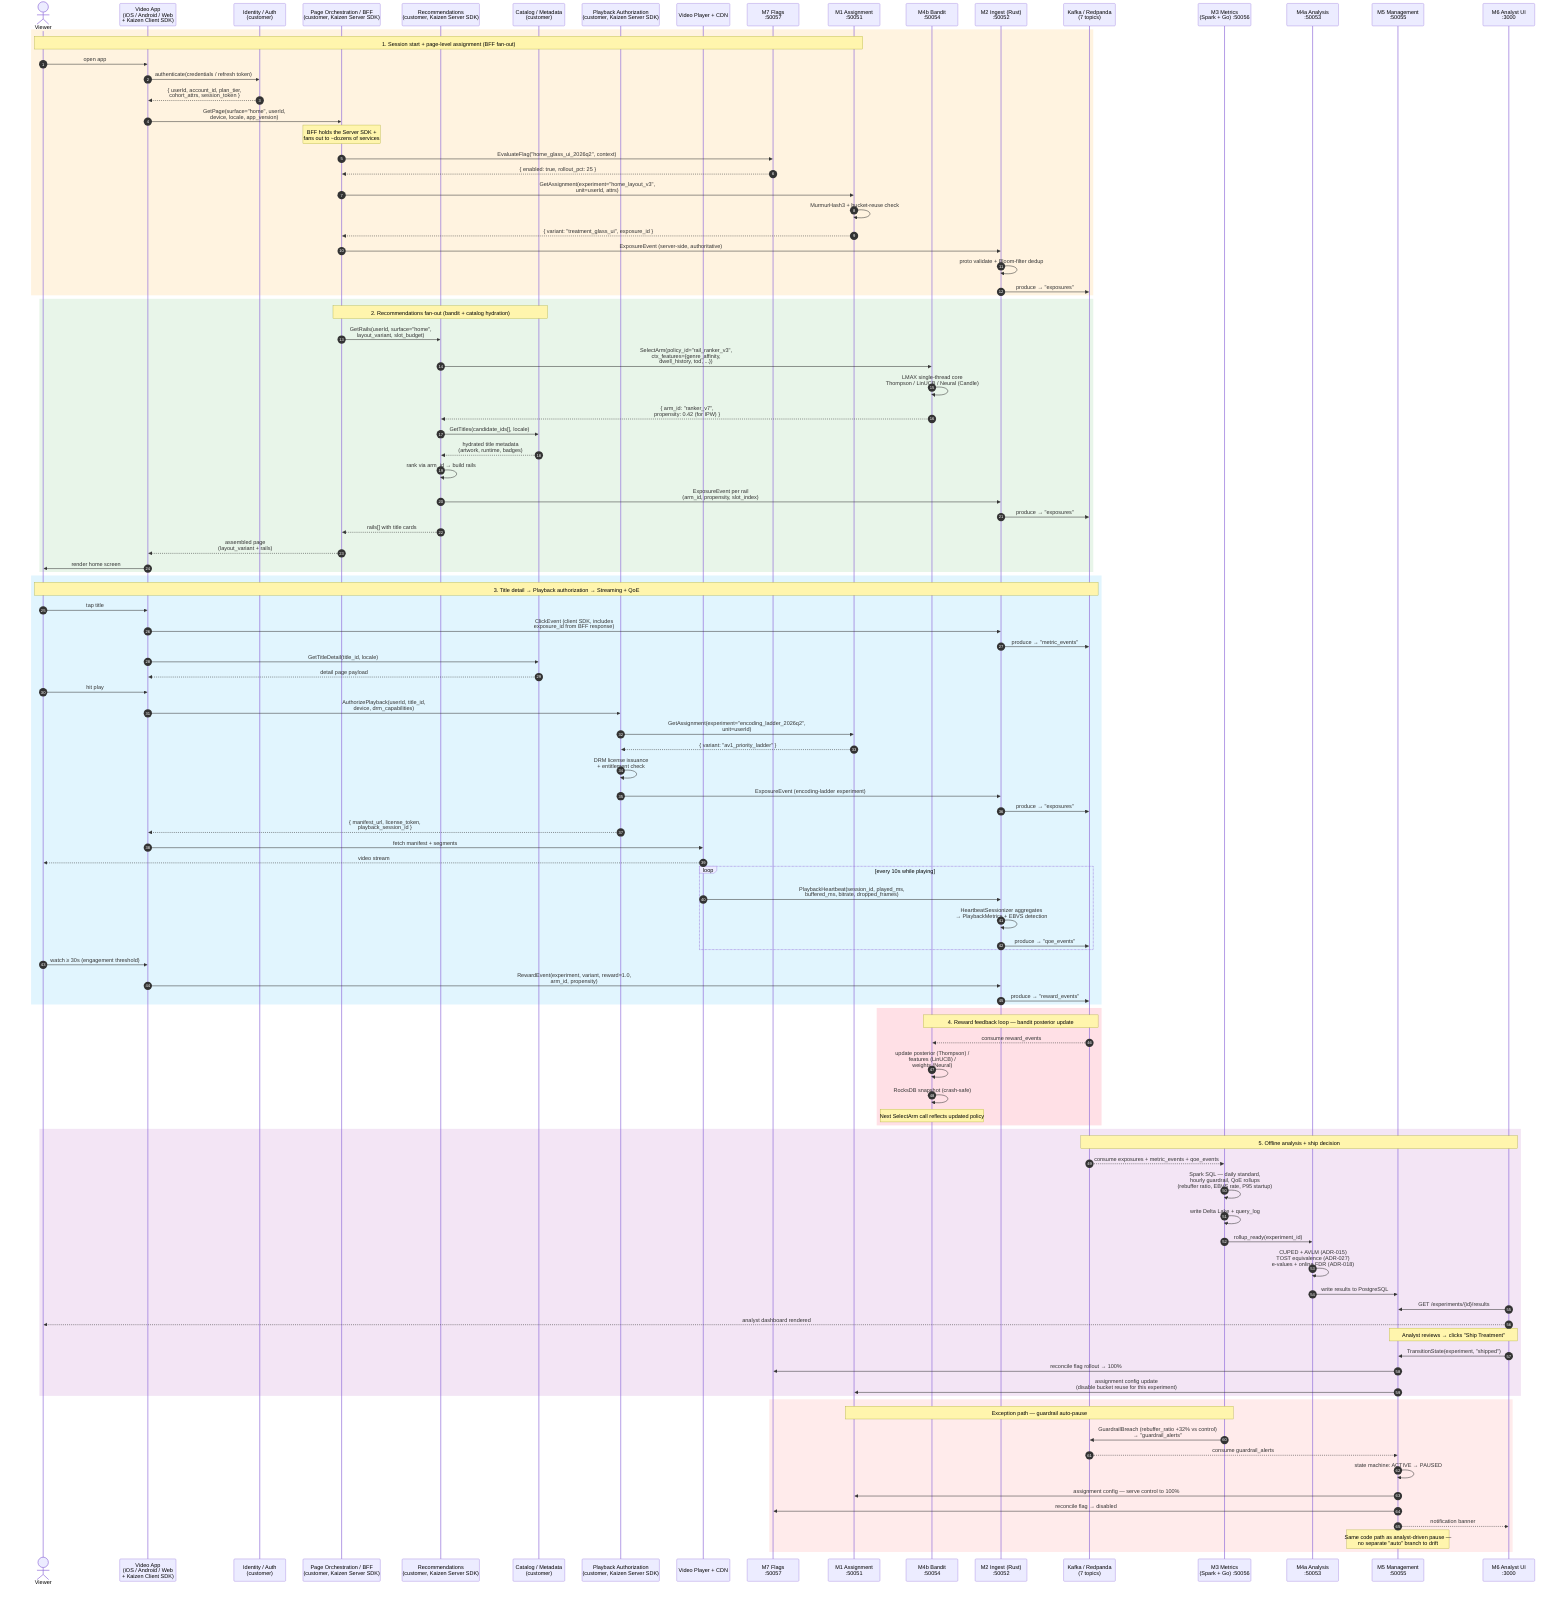
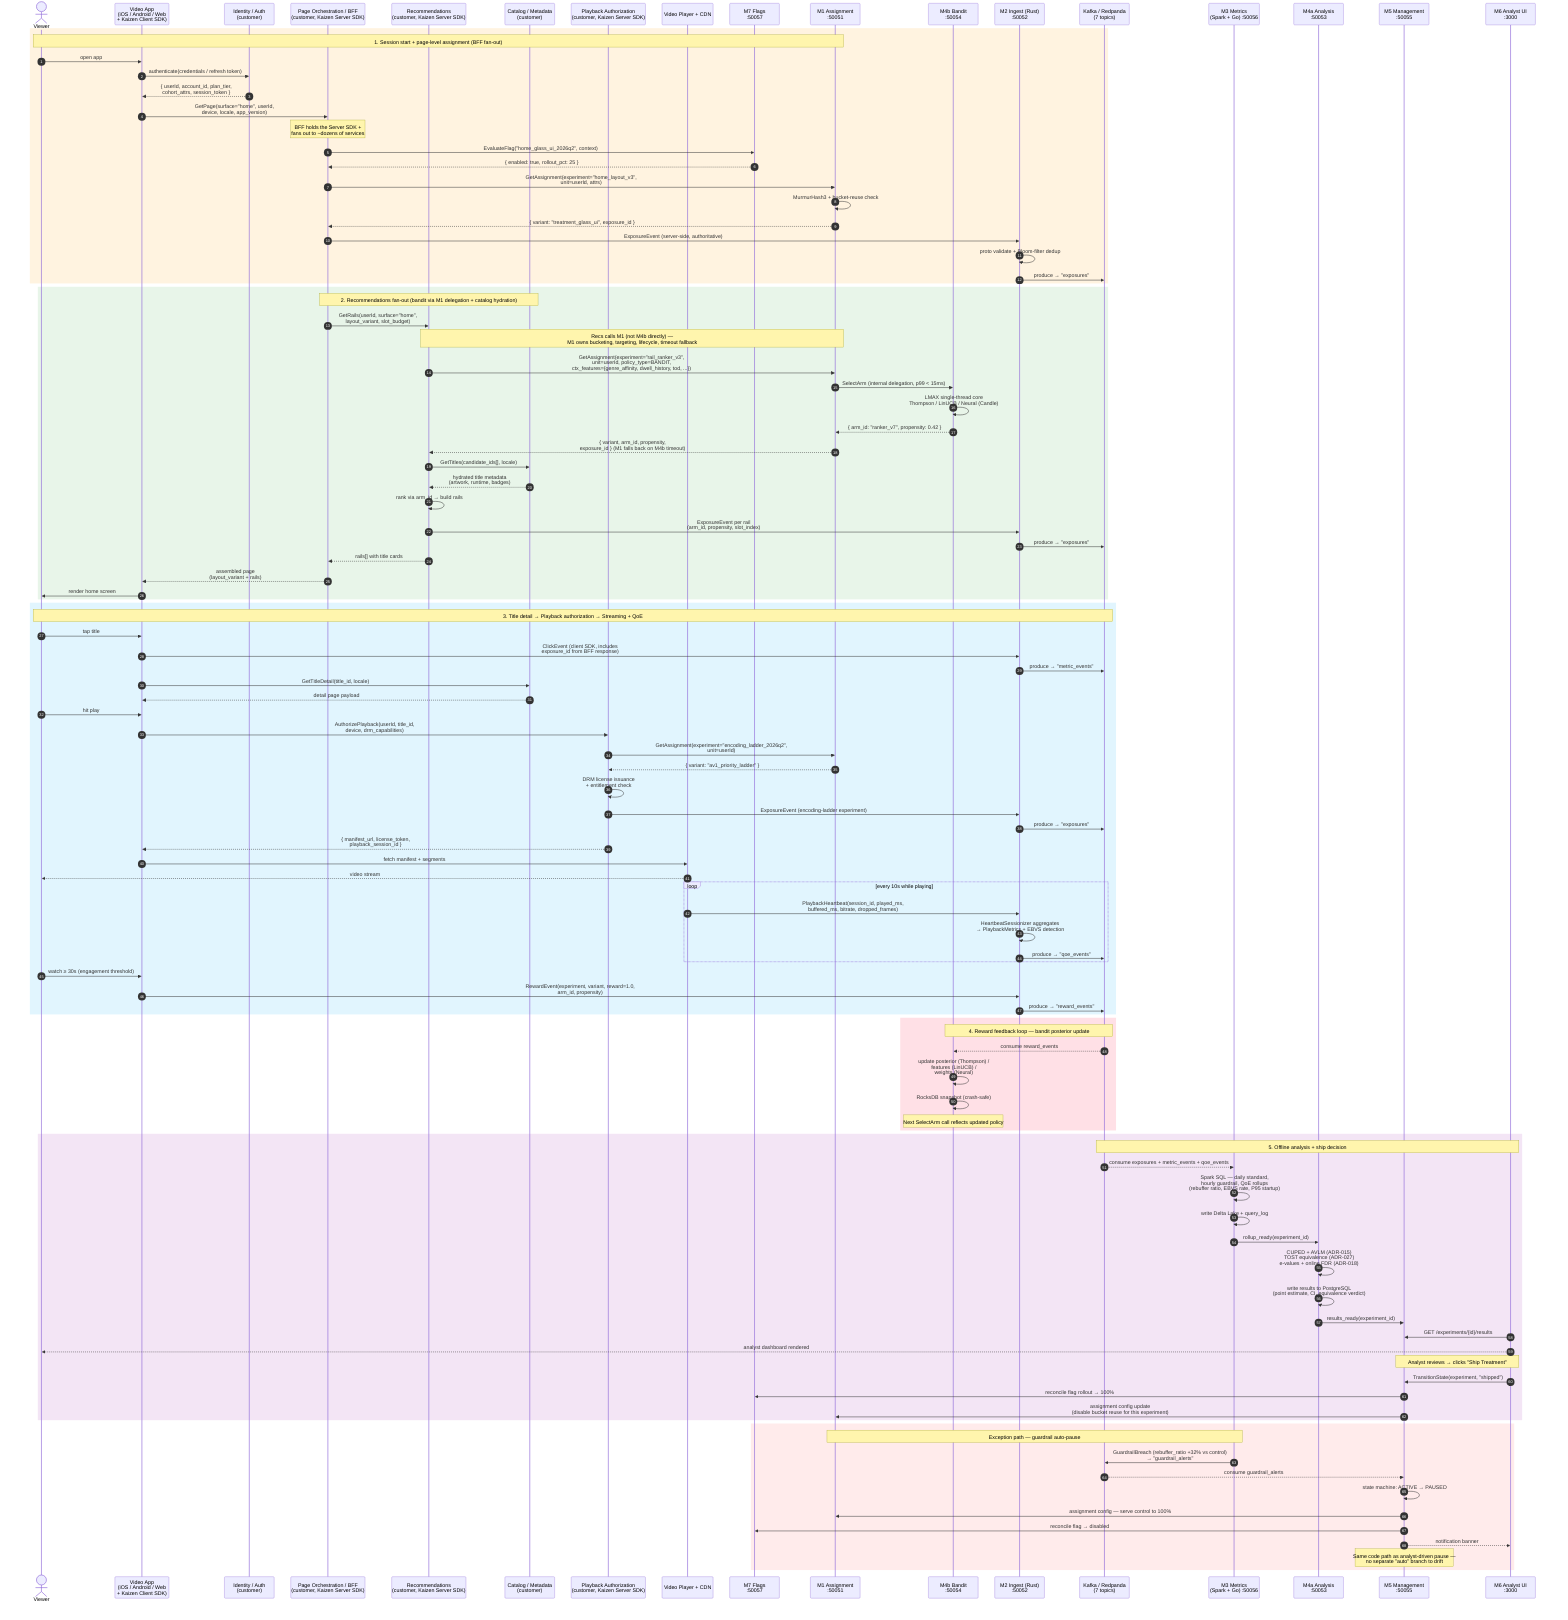
sequenceDiagram
    autonumber
    actor U as Viewer
    participant App as Video App<br/>(iOS / Android / Web<br/>+ Kaizen Client SDK)
    participant Auth as Identity / Auth<br/>(customer)
    participant BFF as Page Orchestration / BFF<br/>(customer, Kaizen Server SDK)
    participant Recs as Recommendations<br/>(customer, Kaizen Server SDK)
    participant Cat as Catalog / Metadata<br/>(customer)
    participant PB as Playback Authorization<br/>(customer, Kaizen Server SDK)
    participant CDN as Video Player + CDN
    participant M7 as M7 Flags<br/>:50057
    participant M1 as M1 Assignment<br/>:50051
    participant M4b as M4b Bandit<br/>:50054
    participant M2 as M2 Ingest (Rust)<br/>:50052
    participant K as Kafka / Redpanda<br/>(7 topics)
    participant M3 as M3 Metrics<br/>(Spark + Go) :50056
    participant M4a as M4a Analysis<br/>:50053
    participant M5 as M5 Management<br/>:50055
    participant M6 as M6 Analyst UI<br/>:3000

    rect rgb(255, 243, 224)
    Note over U,M1: 1. Session start + page-level assignment (BFF fan-out)
    U->>App: open app
    App->>Auth: authenticate(credentials / refresh token)
    Auth-->>App: { userId, account_id, plan_tier,<br/>cohort_attrs, session_token }

    App->>BFF: GetPage(surface="home", userId,<br/>device, locale, app_version)
    Note over BFF: BFF holds the Server SDK +<br/>fans out to ~dozens of services
    BFF->>M7: EvaluateFlag("home_glass_ui_2026q2", context)
    M7-->>BFF: { enabled: true, rollout_pct: 25 }
    BFF->>M1: GetAssignment(experiment="home_layout_v3",<br/>unit=userId, attrs)
    M1->>M1: MurmurHash3 + bucket-reuse check
    M1-->>BFF: { variant: "treatment_glass_ui", exposure_id }
    BFF->>M2: ExposureEvent (server-side, authoritative)
    M2->>M2: proto validate + Bloom-filter dedup
    M2->>K: produce → "exposures"
    end

    rect rgb(232, 245, 233)
-     Note over BFF,Cat: 2. Recommendations fan-out (bandit + catalog hydration)
+     Note over BFF,Cat: 2. Recommendations fan-out (bandit via M1 delegation + catalog hydration)
    BFF->>Recs: GetRails(userId, surface="home",<br/>layout_variant, slot_budget)
-     Recs->>M4b: SelectArm(policy_id="rail_ranker_v3",<br/>ctx_features={genre_affinity,<br/>dwell_history, tod, ...})
+     Note over Recs,M1: Recs calls M1 (not M4b directly) —<br/>M1 owns bucketing, targeting, lifecycle, timeout fallback
+     Recs->>M1: GetAssignment(experiment="rail_ranker_v3",<br/>unit=userId, policy_type=BANDIT,<br/>ctx_features={genre_affinity, dwell_history, tod, ...})
+     M1->>M4b: SelectArm (internal delegation, p99 < 15ms)
    M4b->>M4b: LMAX single-thread core<br/>Thompson / LinUCB / Neural (Candle)
-     M4b-->>Recs: { arm_id: "ranker_v7",<br/>propensity: 0.42 (for IPW) }
+     M4b-->>M1: { arm_id: "ranker_v7", propensity: 0.42 }
+     M1-->>Recs: { variant, arm_id, propensity,<br/>exposure_id } (M1 falls back on M4b timeout)
    Recs->>Cat: GetTitles(candidate_ids[], locale)
    Cat-->>Recs: hydrated title metadata<br/>(artwork, runtime, badges)
    Recs->>Recs: rank via arm_id → build rails
    Recs->>M2: ExposureEvent per rail<br/>(arm_id, propensity, slot_index)
    M2->>K: produce → "exposures"
    Recs-->>BFF: rails[] with title cards
    BFF-->>App: assembled page<br/>(layout_variant + rails)
    App->>U: render home screen
    end

    rect rgb(225, 245, 254)
    Note over U,K: 3. Title detail → Playback authorization → Streaming + QoE
    U->>App: tap title
    App->>M2: ClickEvent (client SDK, includes<br/>exposure_id from BFF response)
    M2->>K: produce → "metric_events"
    App->>Cat: GetTitleDetail(title_id, locale)
    Cat-->>App: detail page payload

    U->>App: hit play
    App->>PB: AuthorizePlayback(userId, title_id,<br/>device, drm_capabilities)
    PB->>M1: GetAssignment(experiment="encoding_ladder_2026q2",<br/>unit=userId)
    M1-->>PB: { variant: "av1_priority_ladder" }
    PB->>PB: DRM license issuance<br/>+ entitlement check
    PB->>M2: ExposureEvent (encoding-ladder experiment)
    M2->>K: produce → "exposures"
    PB-->>App: { manifest_url, license_token,<br/>playback_session_id }

    App->>CDN: fetch manifest + segments
    CDN-->>U: video stream

    loop every 10s while playing
        CDN->>M2: PlaybackHeartbeat(session_id, played_ms,<br/>buffered_ms, bitrate, dropped_frames)
        M2->>M2: HeartbeatSessionizer aggregates<br/>→ PlaybackMetrics + EBVS detection
        M2->>K: produce → "qoe_events"
    end

    U->>App: watch ≥ 30s (engagement threshold)
    App->>M2: RewardEvent(experiment, variant, reward=1.0,<br/>arm_id, propensity)
    M2->>K: produce → "reward_events"
    end

    rect rgb(255, 224, 230)
    Note over K,M4b: 4. Reward feedback loop — bandit posterior update
    K-->>M4b: consume reward_events
    M4b->>M4b: update posterior (Thompson) /<br/>features (LinUCB) /<br/>weights (Neural)
    M4b->>M4b: RocksDB snapshot (crash-safe)
    Note over M4b: Next SelectArm call reflects updated policy
    end

    rect rgb(243, 229, 245)
    Note over K,M6: 5. Offline analysis + ship decision
    K-->>M3: consume exposures + metric_events + qoe_events
    M3->>M3: Spark SQL — daily standard,<br/>hourly guardrail, QoE rollups<br/>(rebuffer ratio, EBVS rate, P95 startup)
    M3->>M3: write Delta Lake + query_log
    M3->>M4a: rollup_ready(experiment_id)
    M4a->>M4a: CUPED + AVLM (ADR-015)<br/>TOST equivalence (ADR-027)<br/>e-values + online FDR (ADR-018)
-     M4a->>M5: write results to PostgreSQL
+     M4a->>M4a: write results to PostgreSQL<br/>(point estimate, CI, equivalence verdict)
+     M4a->>M5: results_ready(experiment_id)
    M6->>M5: GET /experiments/{id}/results
    M6-->>U: analyst dashboard rendered
    Note over M6,M5: Analyst reviews → clicks "Ship Treatment"
    M6->>M5: TransitionState(experiment, "shipped")
    M5->>M7: reconcile flag rollout → 100%
    M5->>M1: assignment config update<br/>(disable bucket reuse for this experiment)
    end

    rect rgb(255, 235, 235)
    Note over M3,M1: Exception path — guardrail auto-pause
    M3->>K: GuardrailBreach (rebuffer_ratio +32% vs control)<br/>→ "guardrail_alerts"
    K-->>M5: consume guardrail_alerts
    M5->>M5: state machine: ACTIVE → PAUSED
    M5->>M1: assignment config — serve control to 100%
    M5->>M7: reconcile flag → disabled
    M5-->>M6: notification banner
    Note over M5: Same code path as analyst-driven pause —<br/>no separate "auto" branch to drift
    end
